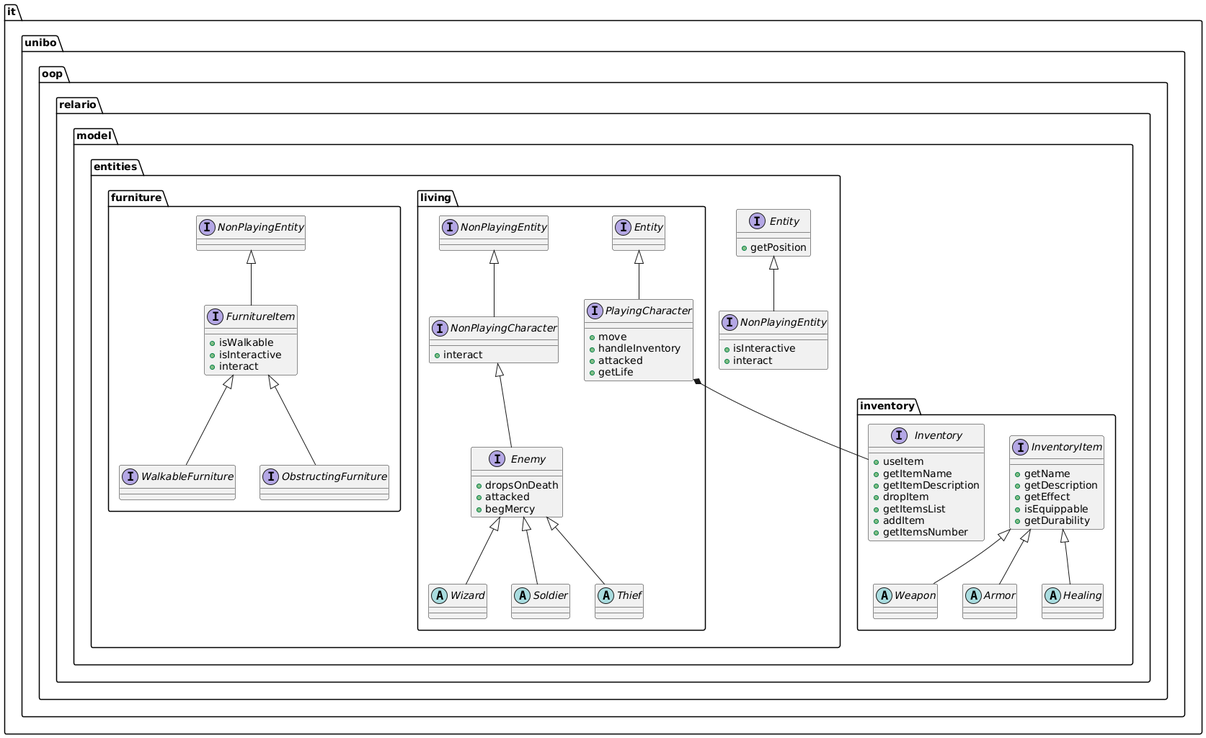
Above: relazione/img/fullModel.png in KimboCoffee/OOP23-relario-prove (PlantUML), before the change.
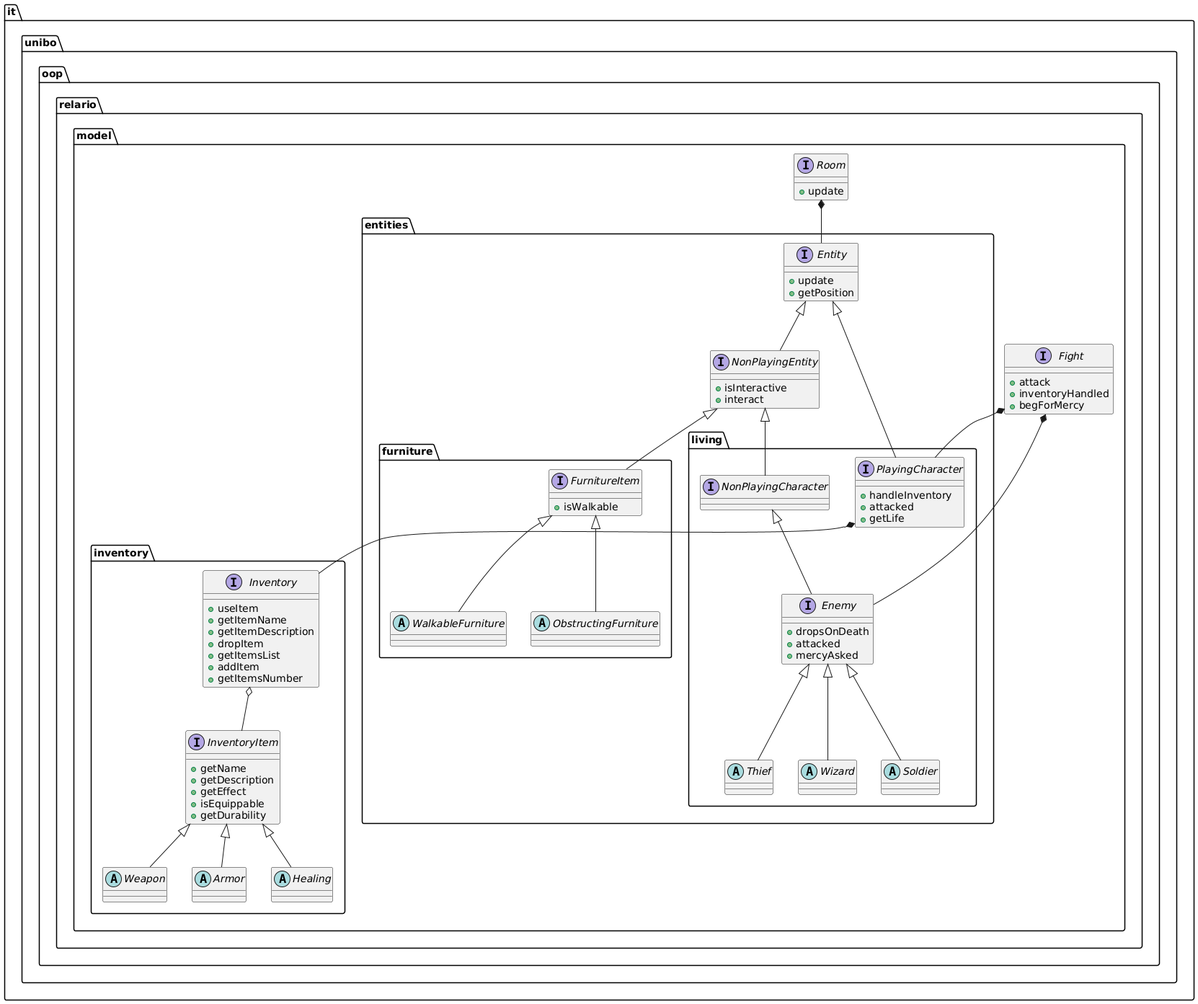
The same file after the commit.

Commit message:
Modified model UML scheme

Change to the diagram source:
```diff
@@ -2,7 +2,15 @@
 package it.unibo.oop.relario {
     package model {
 
+        interface Room {
+            + {method} update
+        }
 
+        interface Fight {
+            + {method} attack
+            + {method} inventoryHandled
+            + {method} begForMercy
+        }
 
         package inventory {
             interface Inventory {
@@ -28,10 +36,13 @@
             abstract class Armor extends InventoryItem {}
 
             abstract class Healing extends InventoryItem {}
+
+            Inventory o-- InventoryItem
         }
 
         package entities {
             interface Entity {
+                + {method} update
                 + {method} getPosition
             }
 
@@ -41,8 +52,7 @@
             }
 
             package living{
-                interface PlayingCharacter extends Entity{
-                    + {method} move
+                interface PlayingCharacter {
                     + {method} handleInventory
                     + {method} attacked
                     + {method} getLife
@@ -50,14 +60,13 @@
 
                 PlayingCharacter *-- Inventory
 
-                interface NonPlayingCharacter extends NonPlayingEntity {
-                    + {method} interact
+                interface NonPlayingCharacter {
                 }
 
                 interface Enemy extends NonPlayingCharacter {
                     + {method} dropsOnDeath
                     + {method} attacked
-                    + {method} begMercy
+                    + {method} mercyAsked
                 }
 
                 abstract class Wizard extends Enemy {}
@@ -68,16 +77,21 @@
             }
 
             package furniture {
-                interface FurnitureItem extends NonPlayingEntity {
+                interface FurnitureItem {
                     + {method} isWalkable
-                    + {method} isInteractive
-                    + {method} interact
                 }
 
-                interface WalkableFurniture extends FurnitureItem {}
+                abstract class WalkableFurniture extends FurnitureItem {}
 
-                interface ObstructingFurniture extends FurnitureItem {}
+                abstract class ObstructingFurniture extends FurnitureItem {}
             }
+
+            Room *-- Entity
+            Fight *-- PlayingCharacter
+            Fight *-- Enemy
+            NonPlayingEntity <|-- FurnitureItem
+            NonPlayingEntity <|-- NonPlayingCharacter
+            Entity <|-- PlayingCharacter
         }
     }
 }
```
